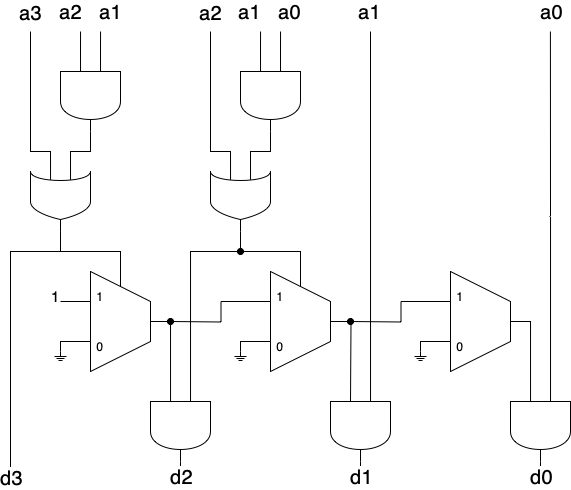
Earlier version of the draw.io export BASE_4BIT_SLICE.png (savedbyawaif/ApproxNOD). Source tidied: cells renumbered, new cells last; positions are measured from the earlier drawing's top-left corner, leaving out a move shared by most shapes.
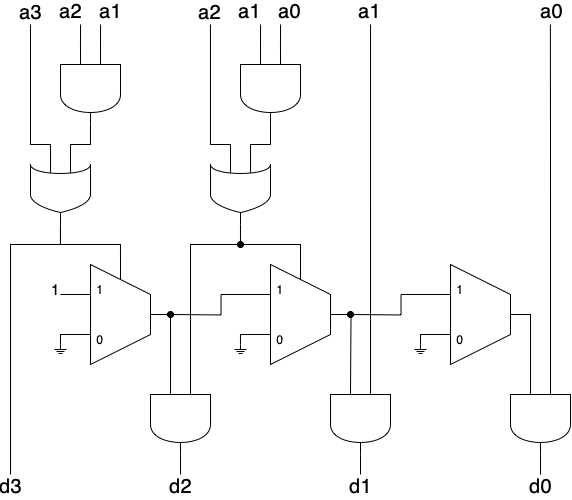
Later version of the same file.

Change to the diagram source:
```diff
@@ -23,9 +23,9 @@
         <mxPoint x="70" as="targetPoint" />
       </mxGeometry>
     </mxCell>
-    <mxCell id="7" value="&lt;font style=&quot;font-size: 20px;&quot;&gt;a2&lt;/font&gt;" style="edgeLabel;html=1;align=center;verticalAlign=middle;fontSize=20;" parent="6" vertex="1">
+    <mxCell id="7" value="&lt;font style=&quot;font-size: 20px;&quot;&gt;a2&lt;/font&gt;" style="edgeLabel;html=1;align=center;verticalAlign=middle;fontSize=20;labelBackgroundColor=none;" parent="6" vertex="1">
       <mxGeometry relative="1" as="geometry">
-        <mxPoint x="-10" y="-40" as="offset" />
+        <mxPoint x="-10" y="-33" as="offset" />
       </mxGeometry>
     </mxCell>
     <mxCell id="8" style="edgeStyle=orthogonalEdgeStyle;rounded=0;jettySize=auto;html=1;exitX=0;exitY=0.333;exitDx=0;exitDy=0;exitPerimeter=0;endArrow=none;endFill=0;" parent="1" edge="1" source="10">
@@ -33,9 +33,9 @@
         <mxPoint x="90" as="targetPoint" />
       </mxGeometry>
     </mxCell>
-    <mxCell id="9" value="a1" style="edgeLabel;html=1;align=center;verticalAlign=middle;fontSize=20;rotation=0;" parent="8" vertex="1">
+    <mxCell id="9" value="a1" style="edgeLabel;html=1;align=center;verticalAlign=middle;fontSize=20;rotation=0;labelBackgroundColor=none;" parent="8" vertex="1">
       <mxGeometry relative="1" as="geometry">
-        <mxPoint x="10" y="-40" as="offset" />
+        <mxPoint x="10" y="-33" as="offset" />
       </mxGeometry>
     </mxCell>
     <mxCell id="10" style="shape=(stored shape, 384 characters);whiteSpace=wrap;html=1;fontSize=10;direction=south;" parent="1" vertex="1">
@@ -51,9 +51,9 @@
         </Array>
       </mxGeometry>
     </mxCell>
-    <mxCell id="12" value="&lt;div style=&quot;font-size: 20px;&quot;&gt;a3&lt;/div&gt;" style="edgeLabel;html=1;align=center;verticalAlign=middle;fontSize=20;" parent="11" vertex="1">
+    <mxCell id="12" value="&lt;div style=&quot;font-size: 20px;&quot;&gt;a3&lt;/div&gt;" style="edgeLabel;html=1;align=center;verticalAlign=middle;fontSize=20;labelBackgroundColor=none;" parent="11" vertex="1">
       <mxGeometry relative="1" as="geometry">
-        <mxPoint x="-1" y="-103" as="offset" />
+        <mxPoint y="-97" as="offset" />
       </mxGeometry>
     </mxCell>
     <mxCell id="13" style="edgeStyle=orthogonalEdgeStyle;rounded=0;jettySize=auto;html=1;endArrow=none;endFill=0;" parent="1" edge="1" source="15">
@@ -65,8 +65,10 @@
         </Array>
       </mxGeometry>
     </mxCell>
-    <mxCell id="14" value="&lt;font style=&quot;font-size: 20px;&quot;&gt;d3&lt;/font&gt;" style="edgeLabel;html=1;align=center;verticalAlign=middle;" parent="13" vertex="1">
-      <mxGeometry x="0.97" relative="1" as="geometry" />
+    <mxCell id="14" value="&lt;font style=&quot;font-size: 20px;&quot;&gt;d3&lt;/font&gt;" style="edgeLabel;html=1;align=center;verticalAlign=middle;labelBackgroundColor=none;" parent="13" vertex="1">
+      <mxGeometry x="0.97" relative="1" as="geometry">
+        <mxPoint y="16" as="offset" />
+      </mxGeometry>
     </mxCell>
     <mxCell id="15" style="shape=(stored shape, 432 characters);whiteSpace=wrap;html=1;fontSize=10;direction=south;" parent="1" vertex="1">
       <mxGeometry x="20" y="140" width="60" height="60" as="geometry" />
@@ -82,9 +84,9 @@
         <mxPoint x="250" as="targetPoint" />
       </mxGeometry>
     </mxCell>
-    <mxCell id="19" value="a1" style="edgeLabel;html=1;align=center;verticalAlign=middle;fontSize=20;" parent="18" vertex="1">
+    <mxCell id="19" value="a1" style="edgeLabel;html=1;align=center;verticalAlign=middle;fontSize=20;labelBackgroundColor=none;" parent="18" vertex="1">
       <mxGeometry relative="1" as="geometry">
-        <mxPoint x="-11" y="-40" as="offset" />
+        <mxPoint x="-11" y="-33" as="offset" />
       </mxGeometry>
     </mxCell>
     <mxCell id="20" style="edgeStyle=orthogonalEdgeStyle;rounded=0;jettySize=auto;html=1;exitX=0;exitY=0.333;exitDx=0;exitDy=0;exitPerimeter=0;endArrow=none;endFill=0;" parent="1" edge="1" source="22">
@@ -92,9 +94,9 @@
         <mxPoint x="270" as="targetPoint" />
       </mxGeometry>
     </mxCell>
-    <mxCell id="21" value="a0" style="edgeLabel;html=1;align=center;verticalAlign=middle;fontSize=20;" parent="20" vertex="1">
+    <mxCell id="21" value="a0" style="edgeLabel;html=1;align=center;verticalAlign=middle;fontSize=20;labelBackgroundColor=none;" parent="20" vertex="1">
       <mxGeometry relative="1" as="geometry">
-        <mxPoint x="9" y="-40" as="offset" />
+        <mxPoint x="9" y="-33" as="offset" />
       </mxGeometry>
     </mxCell>
     <mxCell id="22" style="shape=(stored shape, 384 characters);whiteSpace=wrap;html=1;fontSize=10;direction=south;" parent="1" vertex="1">
@@ -110,9 +112,9 @@
         </Array>
       </mxGeometry>
     </mxCell>
-    <mxCell id="24" value="&lt;div style=&quot;font-size: 20px;&quot;&gt;a2&lt;/div&gt;" style="edgeLabel;html=1;align=center;verticalAlign=middle;fontSize=20;" parent="23" vertex="1">
+    <mxCell id="24" value="&lt;div style=&quot;font-size: 20px;&quot;&gt;a2&lt;/div&gt;" style="edgeLabel;html=1;align=center;verticalAlign=middle;fontSize=20;labelBackgroundColor=none;" parent="23" vertex="1">
       <mxGeometry relative="1" as="geometry">
-        <mxPoint x="-1" y="-103" as="offset" />
+        <mxPoint x="-1" y="-97" as="offset" />
       </mxGeometry>
     </mxCell>
     <mxCell id="25" style="shape=(stored shape, 432 characters);whiteSpace=wrap;html=1;fontSize=10;direction=south;" parent="1" vertex="1">
@@ -129,9 +131,9 @@
         <mxPoint x="170" y="450" as="targetPoint" />
       </mxGeometry>
     </mxCell>
-    <mxCell id="29" value="&lt;font style=&quot;font-size: 20px;&quot;&gt;d2&lt;/font&gt;" style="edgeLabel;html=1;align=center;verticalAlign=middle;" parent="28" vertex="1">
+    <mxCell id="29" value="&lt;font style=&quot;font-size: 20px;&quot;&gt;d2&lt;/font&gt;" style="edgeLabel;html=1;align=center;verticalAlign=middle;labelBackgroundColor=none;" parent="28" vertex="1">
       <mxGeometry relative="1" as="geometry">
-        <mxPoint y="5" as="offset" />
+        <mxPoint y="21" as="offset" />
       </mxGeometry>
     </mxCell>
     <mxCell id="30" style="shape=(stored shape, 384 characters);whiteSpace=wrap;html=1;fontSize=10;direction=south;" parent="1" vertex="1">
@@ -196,9 +198,9 @@
         <mxPoint x="360" as="targetPoint" />
       </mxGeometry>
     </mxCell>
-    <mxCell id="42" value="&lt;font style=&quot;font-size: 20px;&quot;&gt;a1&lt;/font&gt;" style="edgeLabel;html=1;align=center;verticalAlign=middle;" parent="41" vertex="1">
+    <mxCell id="42" value="&lt;font style=&quot;font-size: 20px;&quot;&gt;a1&lt;/font&gt;" style="edgeLabel;html=1;align=center;verticalAlign=middle;labelBackgroundColor=none;" parent="41" vertex="1">
       <mxGeometry relative="1" as="geometry">
-        <mxPoint x="-2" y="-205" as="offset" />
+        <mxPoint x="-2" y="-198" as="offset" />
       </mxGeometry>
     </mxCell>
     <mxCell id="43" style="edgeStyle=orthogonalEdgeStyle;rounded=0;jettySize=auto;html=1;exitX=1;exitY=0.5;exitDx=0;exitDy=0;exitPerimeter=0;endArrow=none;endFill=0;" parent="1" edge="1" source="45">
@@ -206,9 +208,9 @@
         <mxPoint x="350" y="450" as="targetPoint" />
       </mxGeometry>
     </mxCell>
-    <mxCell id="44" value="&lt;font style=&quot;font-size: 20px;&quot;&gt;d1&lt;/font&gt;" style="edgeLabel;html=1;align=center;verticalAlign=middle;" parent="43" vertex="1">
+    <mxCell id="44" value="&lt;font style=&quot;font-size: 20px;&quot;&gt;d1&lt;/font&gt;" style="edgeLabel;html=1;align=center;verticalAlign=middle;labelBackgroundColor=none;" parent="43" vertex="1">
       <mxGeometry relative="1" as="geometry">
-        <mxPoint y="5" as="offset" />
+        <mxPoint y="21" as="offset" />
       </mxGeometry>
     </mxCell>
     <mxCell id="45" style="shape=(stored shape, 384 characters);whiteSpace=wrap;html=1;fontSize=10;direction=south;" parent="1" vertex="1">
@@ -236,9 +238,9 @@
         <mxPoint x="539.9" as="targetPoint" />
       </mxGeometry>
     </mxCell>
-    <mxCell id="50" value="&lt;span style=&quot;font-size: 20px;&quot;&gt;a0&lt;/span&gt;" style="edgeLabel;html=1;align=center;verticalAlign=middle;" parent="49" vertex="1">
+    <mxCell id="50" value="&lt;span style=&quot;font-size: 20px;&quot;&gt;a0&lt;/span&gt;" style="edgeLabel;html=1;align=center;verticalAlign=middle;labelBackgroundColor=none;" parent="49" vertex="1">
       <mxGeometry relative="1" as="geometry">
-        <mxPoint y="-205" as="offset" />
+        <mxPoint y="-198" as="offset" />
       </mxGeometry>
     </mxCell>
     <mxCell id="51" style="edgeStyle=orthogonalEdgeStyle;rounded=0;jettySize=auto;html=1;exitX=1;exitY=0.5;exitDx=0;exitDy=0;exitPerimeter=0;endArrow=none;endFill=0;" parent="1" edge="1" source="53">
@@ -246,9 +248,9 @@
         <mxPoint x="530" y="450" as="targetPoint" />
       </mxGeometry>
     </mxCell>
-    <mxCell id="52" value="&lt;font style=&quot;font-size: 20px;&quot;&gt;d0&lt;/font&gt;" style="edgeLabel;html=1;align=center;verticalAlign=middle;" parent="51" vertex="1">
+    <mxCell id="52" value="&lt;font style=&quot;font-size: 20px;&quot;&gt;d0&lt;/font&gt;" style="edgeLabel;html=1;align=center;verticalAlign=middle;labelBackgroundColor=none;" parent="51" vertex="1">
       <mxGeometry relative="1" as="geometry">
-        <mxPoint y="5" as="offset" />
+        <mxPoint y="21" as="offset" />
       </mxGeometry>
     </mxCell>
     <mxCell id="53" style="shape=(stored shape, 384 characters);whiteSpace=wrap;html=1;fontSize=10;direction=south;" parent="1" vertex="1">
```
